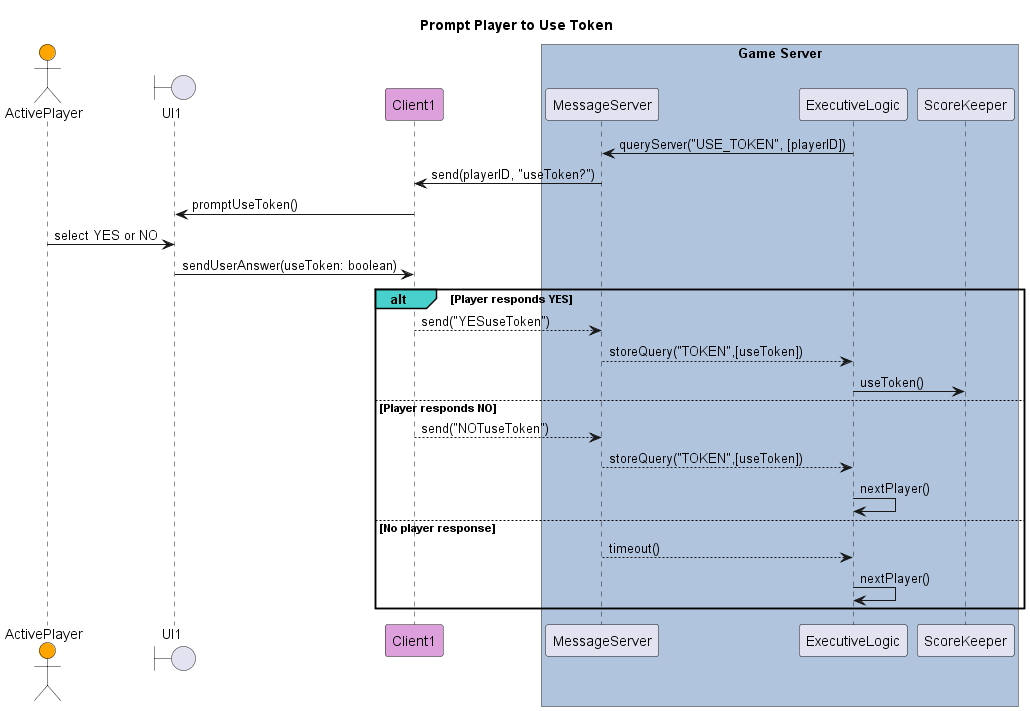
Before: out/diagrams/seq-diagram-prompt-use-token/Prompt Player to use token.png, a diagram exported from PlantUML (poszy/def_spinit_project).
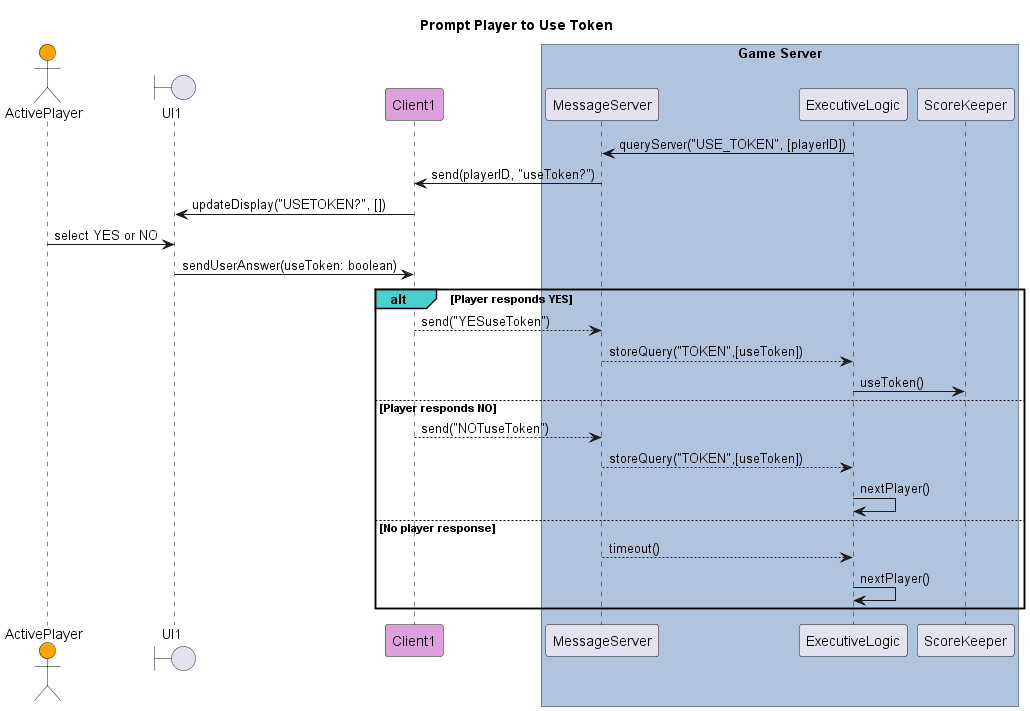
After the change.

Change to the diagram source:
```diff
@@ -18,7 +18,7 @@
 
     Client1 <- Server: send(playerID, "useToken?")
 
-    UI1 <- Client1 : promptUseToken()
+    UI1 <- Client1 : updateDisplay("USETOKEN?", [])
 
     Player1 -> UI1: select YES or NO
 
```
